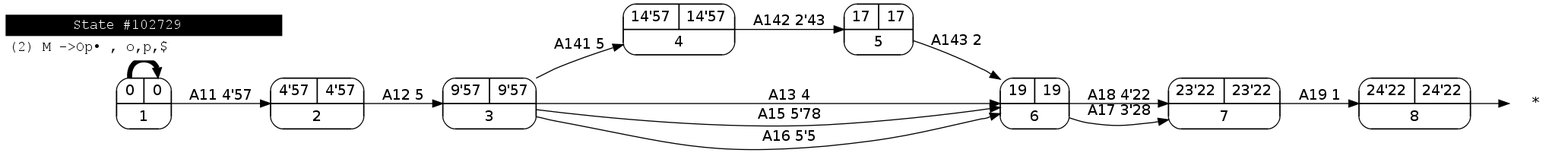
This is Trabajos/T3/img/grafo_el_análisis.png from srug86/pgsiesi, a Graphviz export, as it was before one commit. Its source is kept beside it as Trabajos/T3/img/grafo_el_análisis.dot.
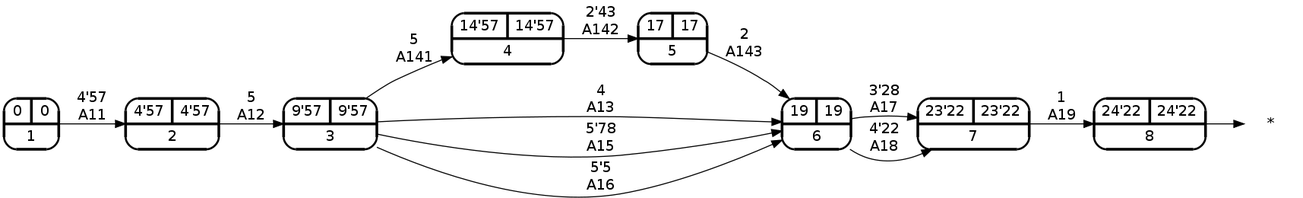
The same diagram one commit later.

The edit, as a diff of the source:
```diff
@@ -1,5 +1,5 @@
 digraph grafo_inicial {
-	rankdir = LR; node[style=rounded]
+	rankdir = LR; node[style="rounded,bold"]
 	"*" [shape=plaintext]
 	1 [shape=record, label="{ 0 | 0 } | 1"];
 	2 [shape=record, label="{ 4'57 | 4'57 } | 2"];
@@ -10,19 +10,16 @@
 	7 [shape=record, label="{ 23'22 | 23'22 } | 7"];
 	8 [shape=record, label="{ 24'22 | 24'22 } | 8"];
 	node [shape = circle];
-	1 -> 1 [style = "filled, bold" penwidth = 5 fillcolor = "white" fontname = "Courier New" shape = "Mrecord" label =<<table border="0" cellborder="0" cellpadding="3" bgcolor="white"><tr><td bgcolor="black" align="center" colspan="2"><font color="white">State #102729</font>
-    </td></tr><tr><td align="left" port="r2">&#40;2&#41; M -&gt;Op&bull; , o,p,$
-    </td></tr></table>> ];
-	1 -> 2 [label = "A11 4'57"];
-	2 -> 3 [label = "A12 5"];
-	3 -> 6 [label = "A13 4"];
-	3 -> 4 [label = "A141 5"];
-	3 -> 6 [label = "A15 5'78"];
-	3 -> 6 [label = "A16 5'5"];
-	4 -> 5 [label = "A142 2'43"];
-	5 -> 6 [label = "A143 2"];
-	6 -> 7 [label = "A17 3'28"];
-	6 -> 7 [label = "A18 4'22"];
-	7 -> 8 [label = "A19 1"];
+	1 -> 2 [label = "4'57" + "\nA11"];
+	2 -> 3 [label = "5" + "\nA12"];
+	3 -> 6 [label = "4" + "\nA13"];
+	3 -> 4 [label = "5" + "\nA141"];
+	3 -> 6 [label = "5'78" + "\nA15"];
+	3 -> 6 [label = "5'5" + "\nA16"];
+	4 -> 5 [label = "2'43" + "\nA142"];
+	5 -> 6 [label = "2" + "\nA143"];
+	6 -> 7 [label = "3'28" + "\nA17"];
+	6 -> 7 [label = "4'22" + "\nA18"];
+	7 -> 8 [label = "1" + "\nA19"];
 	8 -> "*";
 }
```
